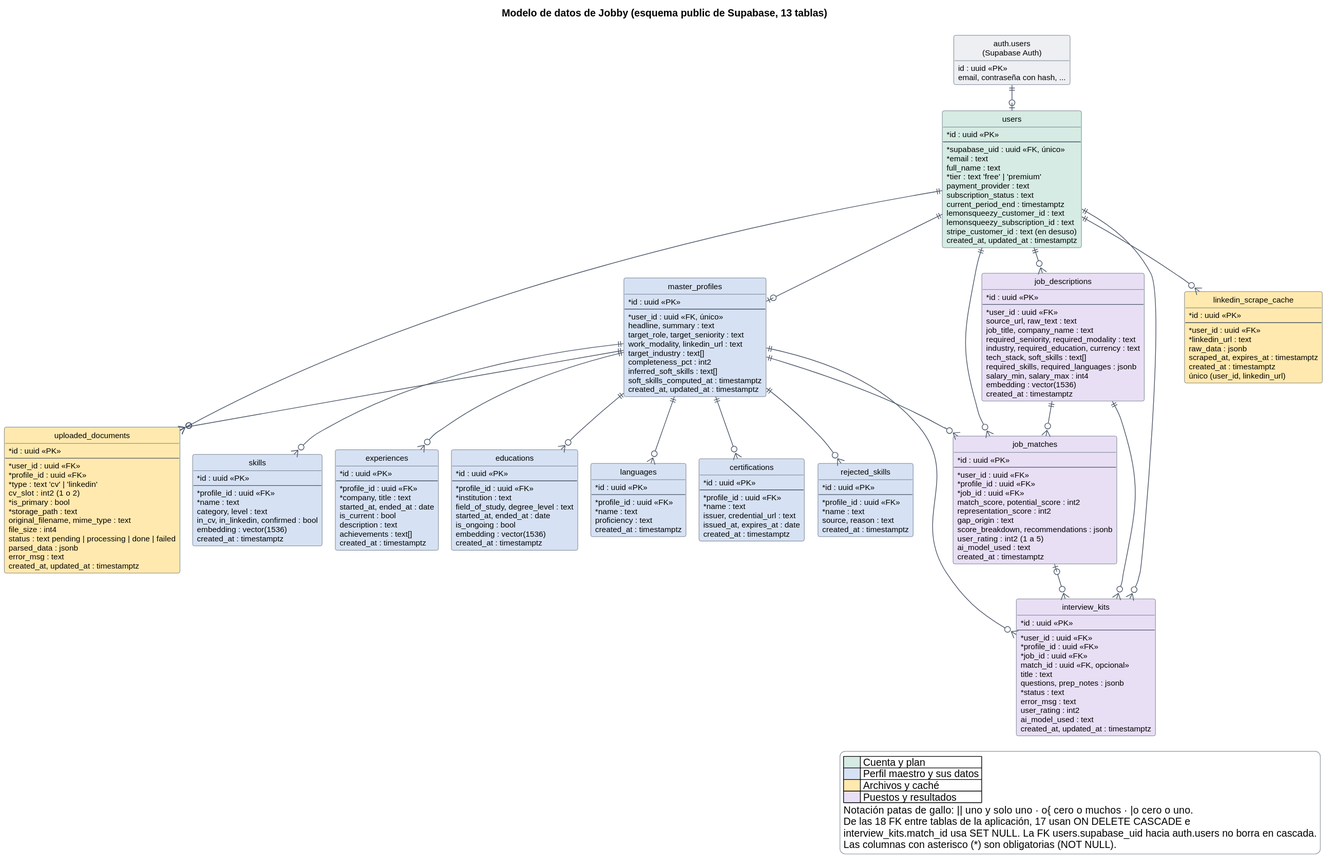
Buatishi/Jobby keeps this PlantUML diagram as docs/diagramas/modelo-entidad-relacion.svg. Above is the earlier version. Its diagram source:
```plantuml
@startuml
!pragma layout smetana
hide circle
hide methods
skinparam shadowing false
skinparam defaultFontName Arial
skinparam defaultFontSize 11
skinparam linetype ortho
skinparam ArrowColor #4A5568
skinparam ClassBorderColor #4A5568
skinparam ClassHeaderBackgroundColor #FFFFFF
skinparam ClassAttributeIconSize 0
skinparam legendBackgroundColor #FFFFFF
skinparam legendBorderColor #9AA5B1

title Modelo de datos de Jobby (esquema public de Supabase, 13 tablas)

entity "auth.users\n(Supabase Auth)" as authusers #EDEFF2 {
  id : uuid <<PK>>
  email, contraseña con hash, ...
}

entity users #D5EBE3 {
  * id : uuid <<PK>>
  --
  * supabase_uid : uuid <<FK, único>>
  * email : text
  full_name : text
  * tier : text  'free' | 'premium'
  payment_provider : text
  subscription_status : text
  current_period_end : timestamptz
  lemonsqueezy_customer_id : text
  lemonsqueezy_subscription_id : text
  stripe_customer_id : text (en desuso)
  created_at, updated_at : timestamptz
}

entity master_profiles #D6E2F3 {
  * id : uuid <<PK>>
  --
  * user_id : uuid <<FK, único>>
  headline, summary : text
  target_role, target_seniority : text
  work_modality, linkedin_url : text
  target_industry : text[]
  completeness_pct : int2
  inferred_soft_skills : text[]
  soft_skills_computed_at : timestamptz
  created_at, updated_at : timestamptz
}

entity uploaded_documents #FFE9AE {
  * id : uuid <<PK>>
  --
  * user_id : uuid <<FK>>
  * profile_id : uuid <<FK>>
  * type : text  'cv' | 'linkedin'
  cv_slot : int2  (1 o 2)
  * is_primary : bool
  * storage_path : text
  original_filename, mime_type : text
  file_size : int4
  status : text  pending | processing | done | failed
  parsed_data : jsonb
  error_msg : text
  created_at, updated_at : timestamptz
}

entity skills #D6E2F3 {
  * id : uuid <<PK>>
  --
  * profile_id : uuid <<FK>>
  * name : text
  category, level : text
  in_cv, in_linkedin, confirmed : bool
  embedding : vector(1536)
  created_at : timestamptz
}

entity experiences #D6E2F3 {
  * id : uuid <<PK>>
  --
  * profile_id : uuid <<FK>>
  * company, title : text
  started_at, ended_at : date
  is_current : bool
  description : text
  achievements : text[]
  created_at : timestamptz
}

entity educations #D6E2F3 {
  * id : uuid <<PK>>
  --
  * profile_id : uuid <<FK>>
  * institution : text
  field_of_study, degree_level : text
  started_at, ended_at : date
  is_ongoing : bool
  embedding : vector(1536)
  created_at : timestamptz
}

entity languages #D6E2F3 {
  * id : uuid <<PK>>
  --
  * profile_id : uuid <<FK>>
  * name : text
  proficiency : text
  created_at : timestamptz
}

entity certifications #D6E2F3 {
  * id : uuid <<PK>>
  --
  * profile_id : uuid <<FK>>
  * name : text
  issuer, credential_url : text
  issued_at, expires_at : date
  created_at : timestamptz
}

entity rejected_skills #D6E2F3 {
  * id : uuid <<PK>>
  --
  * profile_id : uuid <<FK>>
  * name : text
  source, reason : text
  created_at : timestamptz
}

entity job_descriptions #E8DFF5 {
  * id : uuid <<PK>>
  --
  * user_id : uuid <<FK>>
  source_url, raw_text : text
  job_title, company_name : text
  required_seniority, required_modality : text
  industry, required_education, currency : text
  tech_stack, soft_skills : text[]
  required_skills, required_languages : jsonb
  salary_min, salary_max : int4
  embedding : vector(1536)
  created_at : timestamptz
}

entity job_matches #E8DFF5 {
  * id : uuid <<PK>>
  --
  * user_id : uuid <<FK>>
  * profile_id : uuid <<FK>>
  * job_id : uuid <<FK>>
  match_score, potential_score : int2
  representation_score : int2
  gap_origin : text
  score_breakdown, recommendations : jsonb
  user_rating : int2  (1 a 5)
  ai_model_used : text
  created_at : timestamptz
}

entity interview_kits #E8DFF5 {
  * id : uuid <<PK>>
  --
  * user_id : uuid <<FK>>
  * profile_id : uuid <<FK>>
  * job_id : uuid <<FK>>
  match_id : uuid <<FK, opcional>>
  title : text
  questions, prep_notes : jsonb
  * status : text
  error_msg : text
  user_rating : int2
  ai_model_used : text
  created_at, updated_at : timestamptz
}

entity linkedin_scrape_cache #FFE9AE {
  * id : uuid <<PK>>
  --
  * user_id : uuid <<FK>>
  * linkedin_url : text
  raw_data : jsonb
  scraped_at, expires_at : timestamptz
  created_at : timestamptz
  único (user_id, linkedin_url)
}

authusers ||--o| users
users ||--o| master_profiles
users ||--o{ uploaded_documents
master_profiles ||--o{ uploaded_documents
master_profiles ||--o{ skills
master_profiles ||--o{ experiences
master_profiles ||--o{ educations
master_profiles ||--o{ languages
master_profiles ||--o{ certifications
master_profiles ||--o{ rejected_skills
users ||--o{ job_descriptions
users ||--o{ job_matches
master_profiles ||--o{ job_matches
job_descriptions ||--o{ job_matches
users ||--o{ interview_kits
master_profiles ||--o{ interview_kits
job_descriptions ||--o{ interview_kits
job_matches |o--o{ interview_kits
users ||--o{ linkedin_scrape_cache

legend right
  |<#D5EBE3>      | Cuenta y plan |
  |<#D6E2F3>      | Perfil maestro y sus datos |
  |<#FFE9AE>      | Archivos y caché |
  |<#E8DFF5>      | Puestos y resultados |
  Notación patas de gallo: ||  uno y solo uno · o{  cero o muchos · |o  cero o uno.
  De las 18 FK entre tablas de la aplicación, 17 usan ON DELETE CASCADE e
  interview_kits.match_id usa SET NULL. La FK users.supabase_uid hacia auth.users no borra en cascada.
  Las columnas con asterisco (*) son obligatorias (NOT NULL).
endlegend
@enduml
```
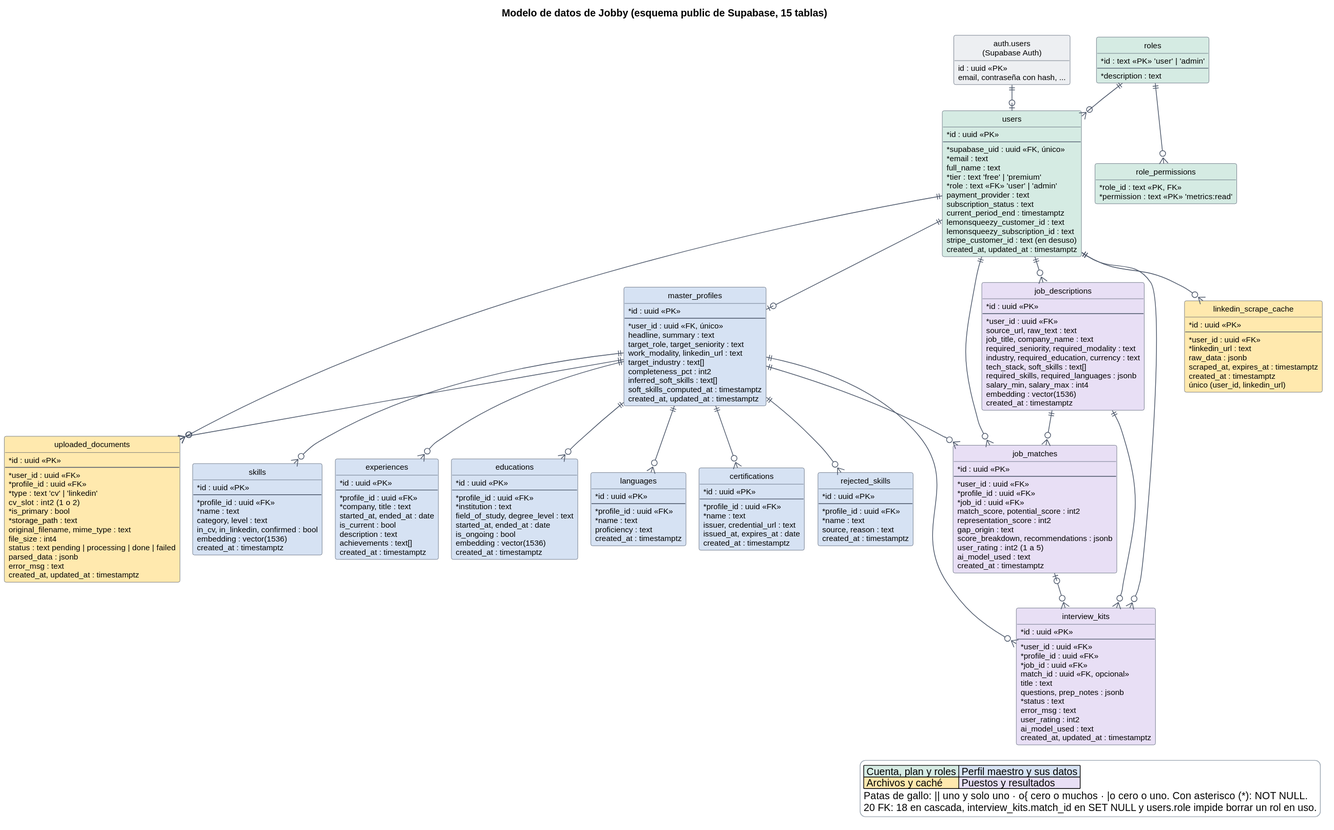
Later version of the same file.

What changed in the source:
```diff
@@ -13,7 +13,7 @@
 skinparam legendBackgroundColor #FFFFFF
 skinparam legendBorderColor #9AA5B1
 
-title Modelo de datos de Jobby (esquema public de Supabase, 13 tablas)
+title Modelo de datos de Jobby (esquema public de Supabase, 15 tablas)
 
 entity "auth.users\n(Supabase Auth)" as authusers #EDEFF2 {
   id : uuid <<PK>>
@@ -27,6 +27,7 @@
   * email : text
   full_name : text
   * tier : text  'free' | 'premium'
+  * role : text <<FK>>  'user' | 'admin'
   payment_provider : text
   subscription_status : text
   current_period_end : timestamptz
@@ -34,6 +35,17 @@
   lemonsqueezy_subscription_id : text
   stripe_customer_id : text (en desuso)
   created_at, updated_at : timestamptz
+}
+
+entity roles #D5EBE3 {
+  * id : text <<PK>>  'user' | 'admin'
+  --
+  * description : text
+}
+
+entity role_permissions #D5EBE3 {
+  * role_id : text <<PK, FK>>
+  * permission : text <<PK>>  'metrics:read'
 }
 
 entity master_profiles #D6E2F3 {
@@ -188,6 +200,8 @@
 }
 
 authusers ||--o| users
+roles ||--o{ users
+roles ||--o{ role_permissions
 users ||--o| master_profiles
 users ||--o{ uploaded_documents
 master_profiles ||--o{ uploaded_documents
@@ -208,13 +222,9 @@
 users ||--o{ linkedin_scrape_cache
 
 legend right
-  |<#D5EBE3>      | Cuenta y plan |
-  |<#D6E2F3>      | Perfil maestro y sus datos |
-  |<#FFE9AE>      | Archivos y caché |
-  |<#E8DFF5>      | Puestos y resultados |
-  Notación patas de gallo: ||  uno y solo uno · o{  cero o muchos · |o  cero o uno.
-  De las 18 FK entre tablas de la aplicación, 17 usan ON DELETE CASCADE e
-  interview_kits.match_id usa SET NULL. La FK users.supabase_uid hacia auth.users no borra en cascada.
-  Las columnas con asterisco (*) son obligatorias (NOT NULL).
+  |<#D5EBE3> Cuenta, plan y roles |<#D6E2F3> Perfil maestro y sus datos |
+  |<#FFE9AE> Archivos y caché |<#E8DFF5> Puestos y resultados |
+  Patas de gallo: ||  uno y solo uno · o{  cero o muchos · |o  cero o uno. Con asterisco (*): NOT NULL.
+  20 FK: 18 en cascada, interview_kits.match_id en SET NULL y users.role impide borrar un rol en uso.
 endlegend
 @enduml
```
